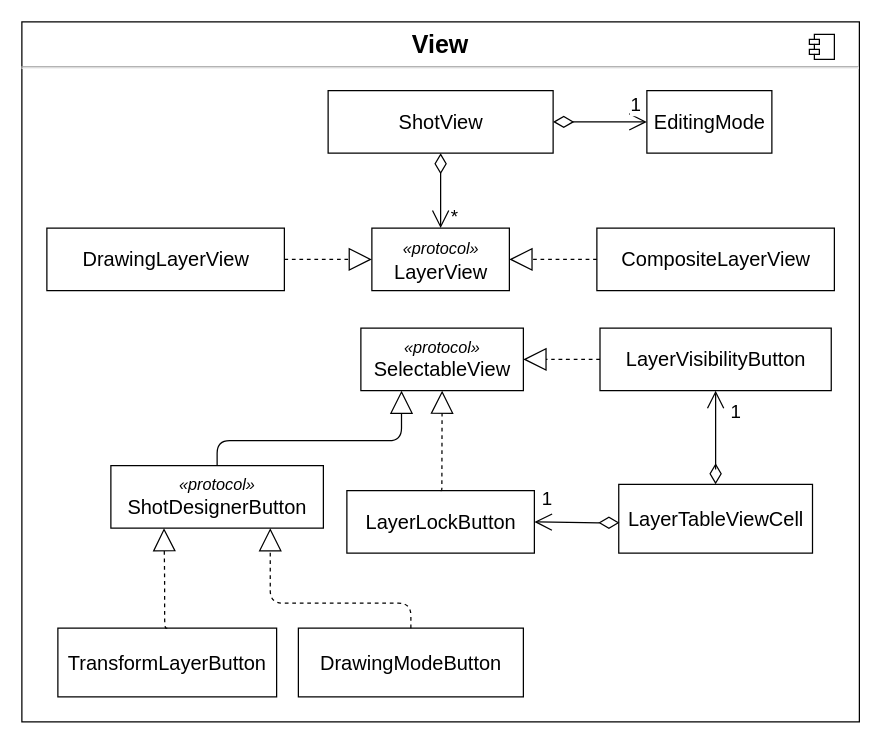
The draw.io diagram diagrams/ViewDiagram.drawio in CS3217-Storyteller/storyteller-app, before the edit. Source tidied: cells renumbered, new cells numbered last; positions are measured from the earlier drawing's top-left corner, leaving out a move shared by most shapes. Both pictures are drawn from the tidied source at 125%, with x=0, y=0 at pixel (21, 21).
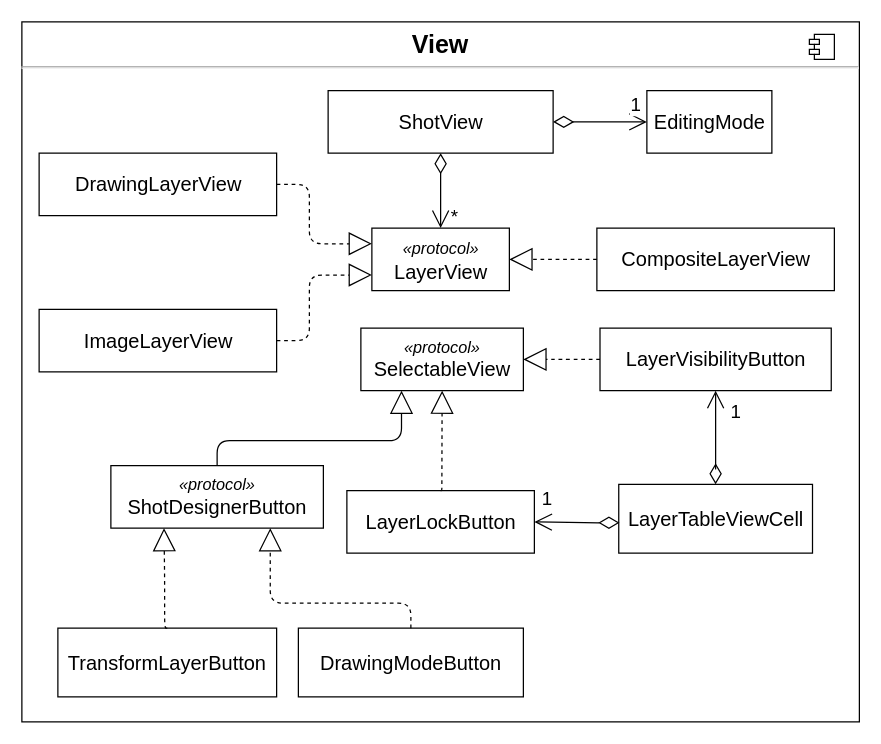
The same page after the edit.

Commit message (it also covers changes not shown here):
Update View Diagram

The change refers to these unchanged cells:
```xml
<mxCell id="10" value="&lt;font style=&quot;font-size: 16px&quot;&gt;&lt;i style=&quot;font-size: 13px&quot;&gt;«protocol»&lt;/i&gt;&lt;br&gt;LayerView&lt;/font&gt;" style="html=1;" parent="1" vertex="1">
  <mxGeometry x="280" y="165" width="110" height="50" as="geometry" />
</mxCell>
```

What changed in the source:
```diff
@@
     <mxCell id="9" value="&lt;font style=&quot;font-size: 16px&quot;&gt;DrawingLayerView&lt;/font&gt;" style="html=1;" parent="1" vertex="1">
-      <mxGeometry x="20" y="165" width="190" height="50" as="geometry" />
+      <mxGeometry x="13.8" y="105" width="190" height="50" as="geometry" />
     </mxCell>
@@
-    <mxCell id="15" style="endArrow=block;endSize=16;endFill=0;html=1;strokeColor=#000000;strokeWidth=1;exitX=1;exitY=0.5;exitDx=0;exitDy=0;entryX=0;entryY=0.5;entryDx=0;entryDy=0;edgeStyle=orthogonalEdgeStyle;dashed=1;" parent="1" edge="1" source="9" target="10">
+    <mxCell id="15" style="endArrow=block;endSize=16;endFill=0;html=1;strokeColor=#000000;strokeWidth=1;exitX=1;exitY=0.5;exitDx=0;exitDy=0;entryX=0;entryY=0.25;entryDx=0;entryDy=0;edgeStyle=orthogonalEdgeStyle;dashed=1;" parent="1" edge="1" source="9" target="10">
       <mxGeometry relative="1" as="geometry">
         <Array as="points">
-          <mxPoint x="260" y="190" />
-          <mxPoint x="260" y="190" />
+          <mxPoint x="230" y="130" />
+          <mxPoint x="230" y="178" />
         </Array>
       </mxGeometry>
     </mxCell>
@@
+    <mxCell id="31" value="&lt;font style=&quot;font-size: 16px&quot;&gt;ImageLayerView&lt;/font&gt;" style="html=1;" parent="1" vertex="1">
+      <mxGeometry x="13.8" y="230" width="190" height="50" as="geometry" />
+    </mxCell>
+    <mxCell id="32" style="endArrow=block;endSize=16;endFill=0;html=1;strokeColor=#000000;strokeWidth=1;exitX=1;exitY=0.5;exitDx=0;exitDy=0;entryX=0;entryY=0.75;entryDx=0;entryDy=0;edgeStyle=orthogonalEdgeStyle;dashed=1;" parent="1" edge="1" source="31" target="10">
+      <mxGeometry relative="1" as="geometry">
+        <Array as="points">
+          <mxPoint x="230" y="255" />
+          <mxPoint x="230" y="203" />
+        </Array>
+      </mxGeometry>
+    </mxCell>
```
